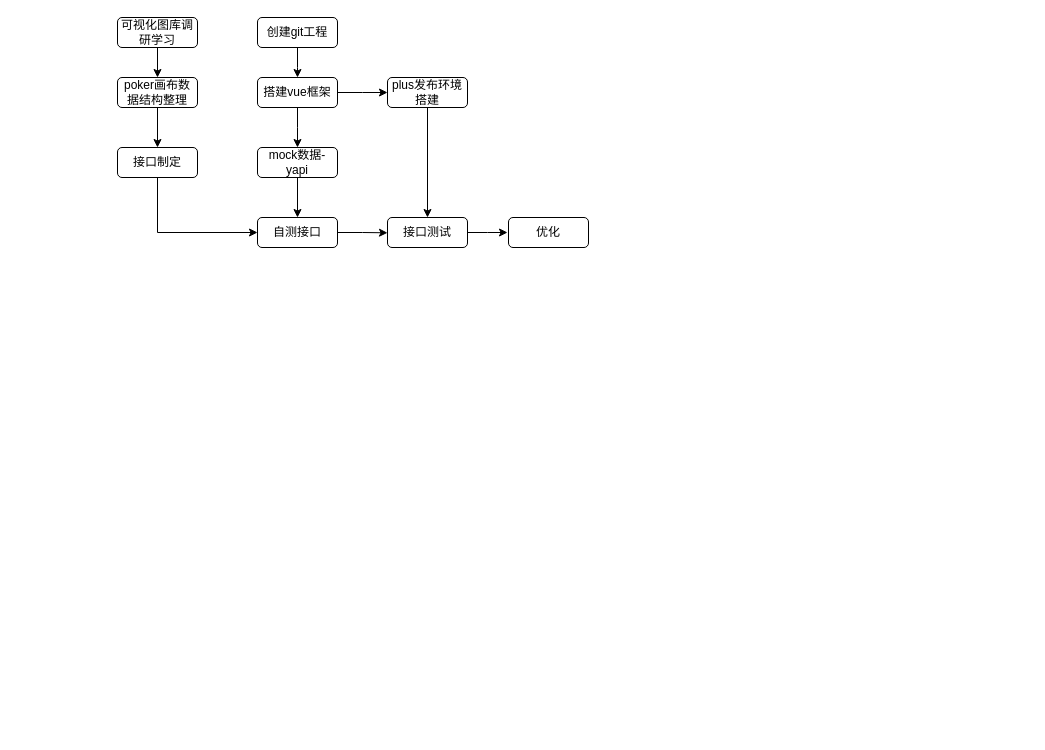
Above: Untitled Diagram.drawio in GreyFossssssss/demos (draw.io), before the change. Source tidied: cells renumbered, new cells numbered last; positions are measured from the earlier drawing's top-left corner, leaving out a move shared by most shapes. Both pictures are drawn from the tidied source at 100%, with x=0, y=0 at pixel (117, 17).
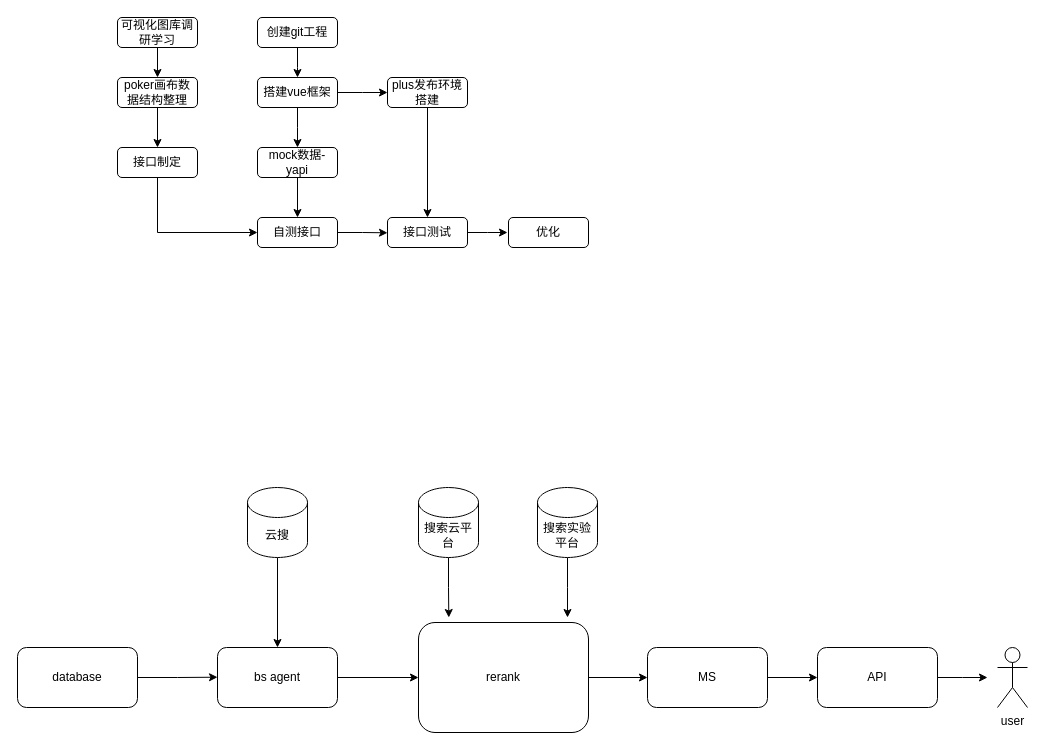
The same diagram, later.

The edit, as a diff of the source:
```diff
@@
+    <mxCell id="22" style="edgeStyle=orthogonalEdgeStyle;rounded=0;jettySize=auto;html=1;exitX=1;exitY=0.5;exitDx=0;exitDy=0;" parent="1" edge="1" source="23">
+      <mxGeometry relative="1" as="geometry">
+        <mxPoint x="100" y="659.7" as="targetPoint" />
+      </mxGeometry>
+    </mxCell>
+    <mxCell id="23" value="database" style="rounded=1;whiteSpace=wrap;html=1;" parent="1" vertex="1">
+      <mxGeometry x="-100" y="630" width="120" height="60" as="geometry" />
+    </mxCell>
+    <mxCell id="24" style="edgeStyle=orthogonalEdgeStyle;rounded=0;jettySize=auto;html=1;exitX=1;exitY=0.5;exitDx=0;exitDy=0;" parent="1" edge="1" source="25" target="27">
+      <mxGeometry relative="1" as="geometry" />
+    </mxCell>
+    <mxCell id="25" value="bs agent" style="rounded=1;whiteSpace=wrap;html=1;" parent="1" vertex="1">
+      <mxGeometry x="100" y="630" width="120" height="60" as="geometry" />
+    </mxCell>
+    <mxCell id="26" style="edgeStyle=orthogonalEdgeStyle;rounded=0;jettySize=auto;html=1;exitX=1;exitY=0.5;exitDx=0;exitDy=0;entryX=0;entryY=0.5;entryDx=0;entryDy=0;" parent="1" edge="1" source="27" target="29">
+      <mxGeometry relative="1" as="geometry" />
+    </mxCell>
+    <mxCell id="27" value="rerank" style="rounded=1;whiteSpace=wrap;html=1;" parent="1" vertex="1">
+      <mxGeometry x="301" y="605" width="170" height="110" as="geometry" />
+    </mxCell>
+    <mxCell id="28" style="edgeStyle=orthogonalEdgeStyle;rounded=0;jettySize=auto;html=1;exitX=1;exitY=0.5;exitDx=0;exitDy=0;entryX=0;entryY=0.5;entryDx=0;entryDy=0;" parent="1" edge="1" source="29" target="31">
+      <mxGeometry relative="1" as="geometry" />
+    </mxCell>
+    <mxCell id="29" value="MS" style="rounded=1;whiteSpace=wrap;html=1;" parent="1" vertex="1">
+      <mxGeometry x="530" y="630" width="120" height="60" as="geometry" />
+    </mxCell>
+    <mxCell id="30" style="edgeStyle=orthogonalEdgeStyle;rounded=0;jettySize=auto;html=1;" parent="1" edge="1" source="31">
+      <mxGeometry relative="1" as="geometry">
+        <mxPoint x="870" y="660" as="targetPoint" />
+      </mxGeometry>
+    </mxCell>
+    <mxCell id="31" value="API" style="rounded=1;whiteSpace=wrap;html=1;" parent="1" vertex="1">
+      <mxGeometry x="700" y="630" width="120" height="60" as="geometry" />
+    </mxCell>
+    <mxCell id="32" value="user" style="shape=umlActor;verticalLabelPosition=bottom;verticalAlign=top;html=1;" parent="1" vertex="1">
+      <mxGeometry x="880" y="630" width="30" height="60" as="geometry" />
+    </mxCell>
+    <mxCell id="33" style="edgeStyle=orthogonalEdgeStyle;rounded=0;jettySize=auto;html=1;entryX=0.5;entryY=0;entryDx=0;entryDy=0;" parent="1" edge="1" source="34" target="25">
+      <mxGeometry relative="1" as="geometry" />
+    </mxCell>
+    <mxCell id="34" value="云搜" style="shape=cylinder3;whiteSpace=wrap;html=1;boundedLbl=1;backgroundOutline=1;size=15;" parent="1" vertex="1">
+      <mxGeometry x="130" y="470" width="60" height="70" as="geometry" />
+    </mxCell>
+    <mxCell id="35" style="edgeStyle=orthogonalEdgeStyle;rounded=0;jettySize=auto;html=1;exitX=0.5;exitY=1;exitDx=0;exitDy=0;exitPerimeter=0;" parent="1" edge="1" source="36">
+      <mxGeometry relative="1" as="geometry">
+        <mxPoint x="331.3" y="600" as="targetPoint" />
+      </mxGeometry>
+    </mxCell>
+    <mxCell id="36" value="搜索云平台" style="shape=cylinder3;whiteSpace=wrap;html=1;boundedLbl=1;backgroundOutline=1;size=15;" parent="1" vertex="1">
+      <mxGeometry x="301" y="470" width="60" height="70" as="geometry" />
+    </mxCell>
+    <mxCell id="37" style="edgeStyle=orthogonalEdgeStyle;rounded=0;jettySize=auto;html=1;" parent="1" edge="1" source="38">
+      <mxGeometry relative="1" as="geometry">
+        <mxPoint x="450" y="600" as="targetPoint" />
+      </mxGeometry>
+    </mxCell>
+    <mxCell id="38" value="搜索实验平台" style="shape=cylinder3;whiteSpace=wrap;html=1;boundedLbl=1;backgroundOutline=1;size=15;" parent="1" vertex="1">
+      <mxGeometry x="420" y="470" width="60" height="70" as="geometry" />
+    </mxCell>
```
